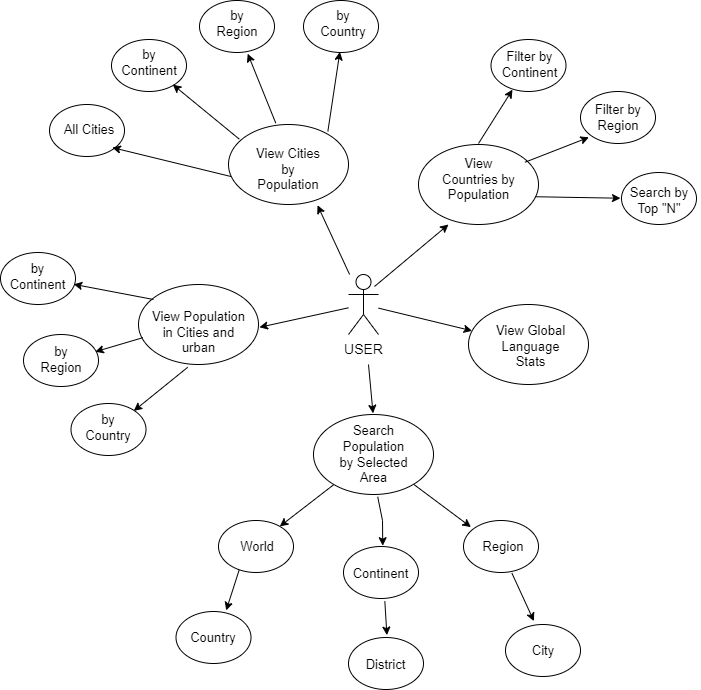
The draw.io diagram use-case/U_case_DiagramPNG.png in stevecastillonapier/Group16Devops, before a commit. Source tidied: cells renumbered, new cells last; positions are measured from the earlier drawing's top-left corner, leaving out a move shared by most shapes.
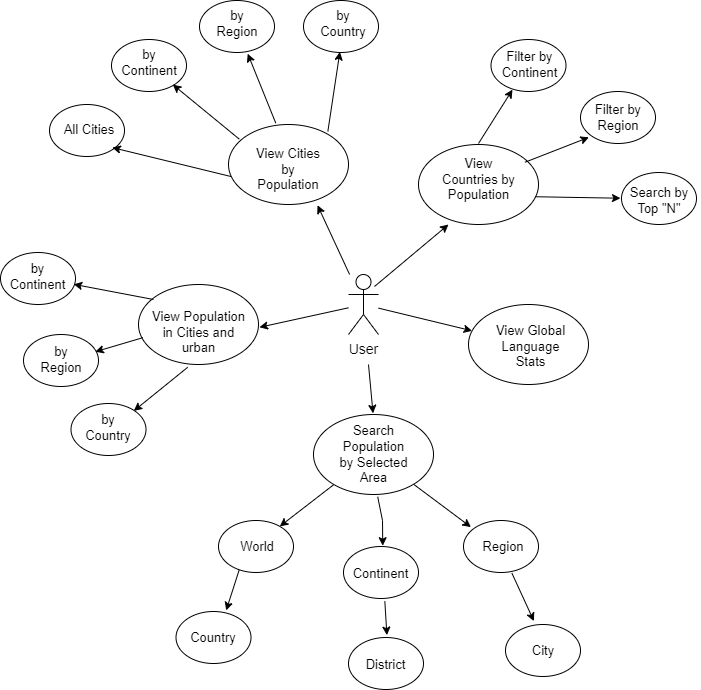
The same file after the commit.

Commit message:
Use Case Diagram Oct 14 2025

Change to the diagram source:
```diff
@@ -17,7 +17,7 @@
     <mxCell id="6" style="ellipse;whiteSpace=wrap;html=1;" parent="1" vertex="1">
       <mxGeometry x="313" y="414" width="120" height="80" as="geometry" />
     </mxCell>
-    <mxCell id="7" value="USER" style="shape=umlActor;verticalLabelPosition=bottom;verticalAlign=top;html=1;outlineConnect=0;fontSize=14;" parent="1" vertex="1">
+    <mxCell id="7" value="User" style="shape=umlActor;verticalLabelPosition=bottom;verticalAlign=top;html=1;outlineConnect=0;fontSize=14;" parent="1" vertex="1">
       <mxGeometry x="348" y="274" width="30" height="60" as="geometry" />
     </mxCell>
     <mxCell id="8" style="endArrow=classic;html=1;rounded=0;entryX=1.008;entryY=0.535;entryDx=0;entryDy=0;entryPerimeter=0;labelBorderColor=default;" parent="1" edge="1" source="7" target="5">
```
